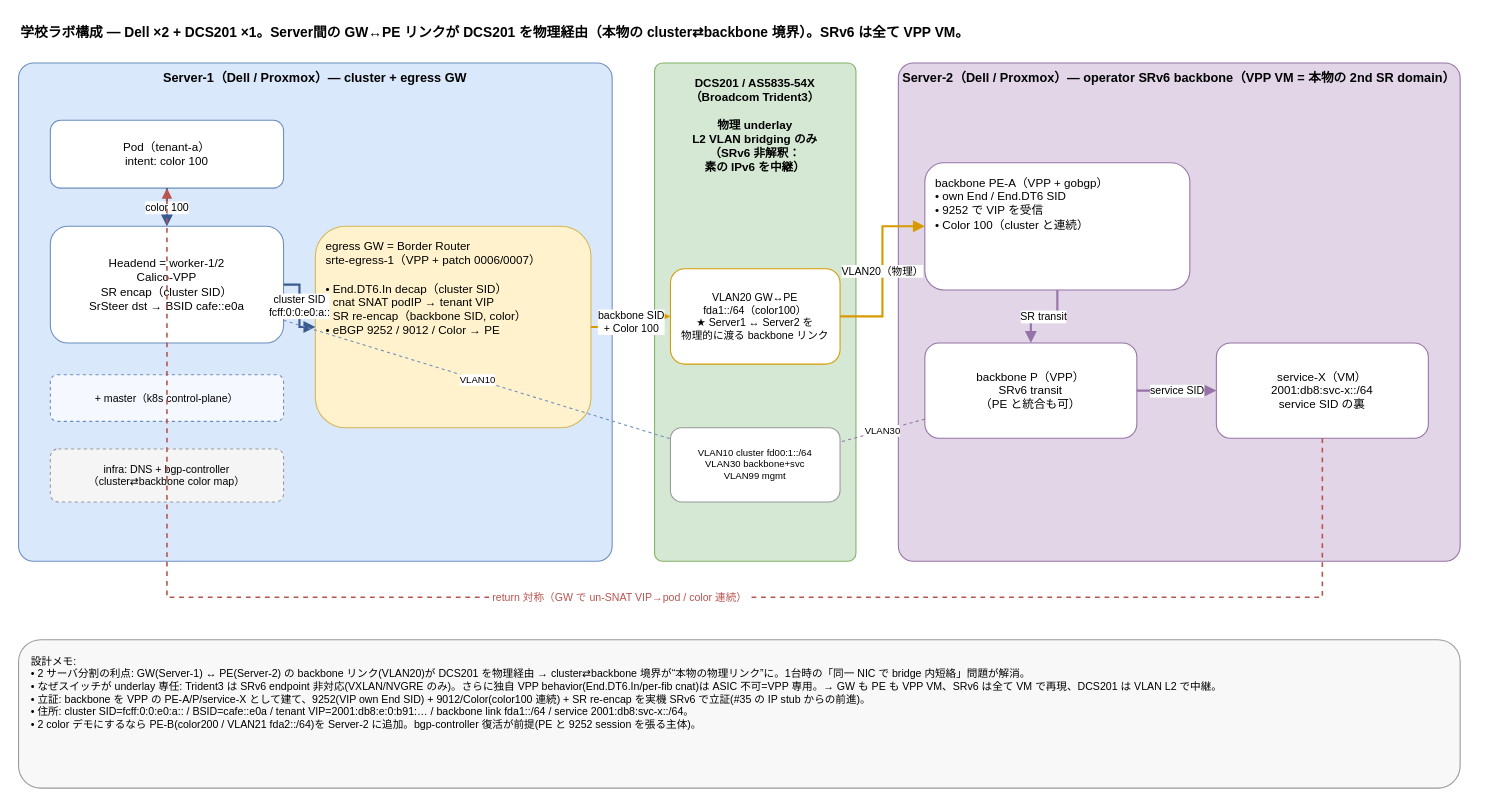
This is srv6egress/docs/school-lab-architecture.drawio from ryskn/vpp-dataplane, a draw.io file, before an edit. Source tidied: cells renumbered, new cells numbered last; positions are measured from the earlier drawing's top-left corner, leaving out a move shared by most shapes. Both pictures are drawn from the tidied source at 106%, with x=0, y=0 at pixel (18, 18).
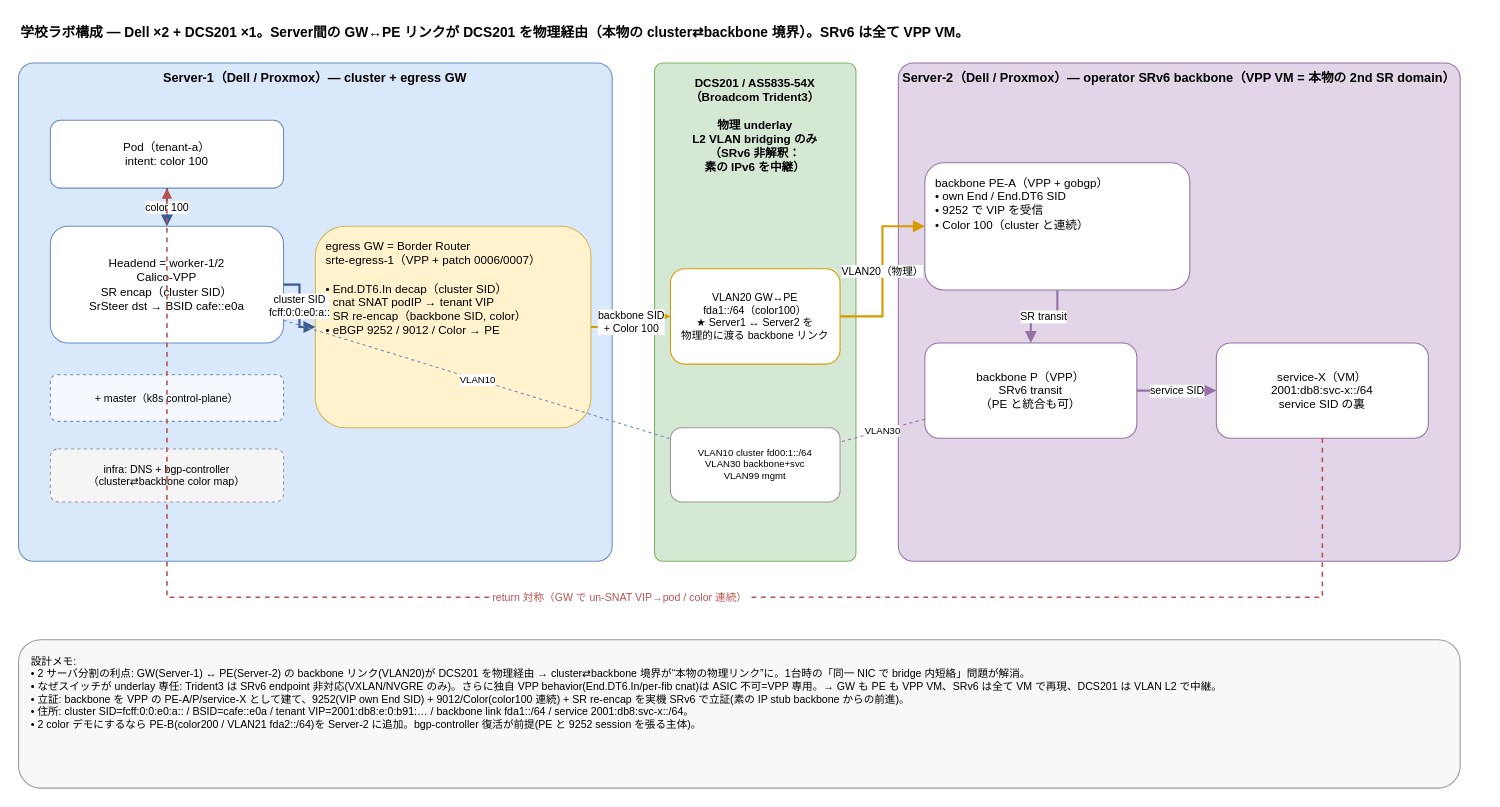
Above is the later version.

Commit message (it also covers changes not shown here):
docs(srv6egress): add full-feature testbed runbook + anycast service-X

Change to the diagram source:
```diff
@@
-    <mxCell id="25" value="設計メモ:&#10;• 2 サーバ分割の利点: GW(Server-1) ↔ PE(Server-2) の backbone リンク(VLAN20)が DCS201 を物理経由 → cluster⇄backbone 境界が“本物の物理リンク”に。1台時の「同一 NIC で bridge 内短絡」問題が解消。&#10;• なぜスイッチが underlay 専任: Trident3 は SRv6 endpoint 非対応(VXLAN/NVGRE のみ)。さらに独自 VPP behavior(End.DT6.In/per-fib cnat)は ASIC 不可=VPP 専用。→ GW も PE も VPP VM、SRv6 は全て VM で再現、DCS201 は VLAN L2 で中継。&#10;• 立証: backbone を VPP の PE-A/P/service-X として建て、9252(VIP own End SID) + 9012/Color(color100 連続) + SR re-encap を実機 SRv6 で立証(#35 の IP stub からの前進)。&#10;• 住所: cluster SID=fcff:0:0:e0:a:: / BSID=cafe::e0a / tenant VIP=2001:db8:e:0:b91:… / backbone link fda1::/64 / service 2001:db8:svc-x::/64。&#10;• 2 color デモにするなら PE-B(color200 / VLAN21 fda2::/64)を Server-2 に追加。bgp-controller 復活が前提(PE と 9252 session を張る主体)。" style="rounded=1;whiteSpace=wrap;html=1;fillColor=#f8f8f8;strokeColor=#999999;align=left;verticalAlign=top;fontSize=10;spacingLeft=10;spacingTop=8;" parent="1" vertex="1">
+    <mxCell id="25" value="設計メモ:&#10;• 2 サーバ分割の利点: GW(Server-1) ↔ PE(Server-2) の backbone リンク(VLAN20)が DCS201 を物理経由 → cluster⇄backbone 境界が“本物の物理リンク”に。1台時の「同一 NIC で bridge 内短絡」問題が解消。&#10;• なぜスイッチが underlay 専任: Trident3 は SRv6 endpoint 非対応(VXLAN/NVGRE のみ)。さらに独自 VPP behavior(End.DT6.In/per-fib cnat)は ASIC 不可=VPP 専用。→ GW も PE も VPP VM、SRv6 は全て VM で再現、DCS201 は VLAN L2 で中継。&#10;• 立証: backbone を VPP の PE-A/P/service-X として建て、9252(VIP own End SID) + 9012/Color(color100 連続) + SR re-encap を実機 SRv6 で立証(素の IP stub backbone からの前進)。&#10;• 住所: cluster SID=fcff:0:0:e0:a:: / BSID=cafe::e0a / tenant VIP=2001:db8:e:0:b91:… / backbone link fda1::/64 / service 2001:db8:svc-x::/64。&#10;• 2 color デモにするなら PE-B(color200 / VLAN21 fda2::/64)を Server-2 に追加。bgp-controller 復活が前提(PE と 9252 session を張る主体)。" style="rounded=1;whiteSpace=wrap;html=1;fillColor=#f8f8f8;strokeColor=#999999;align=left;verticalAlign=top;fontSize=10;spacingLeft=10;spacingTop=8;" parent="1" vertex="1">
       <mxGeometry y="586" width="1360" height="140" as="geometry" />
     </mxCell>
```
